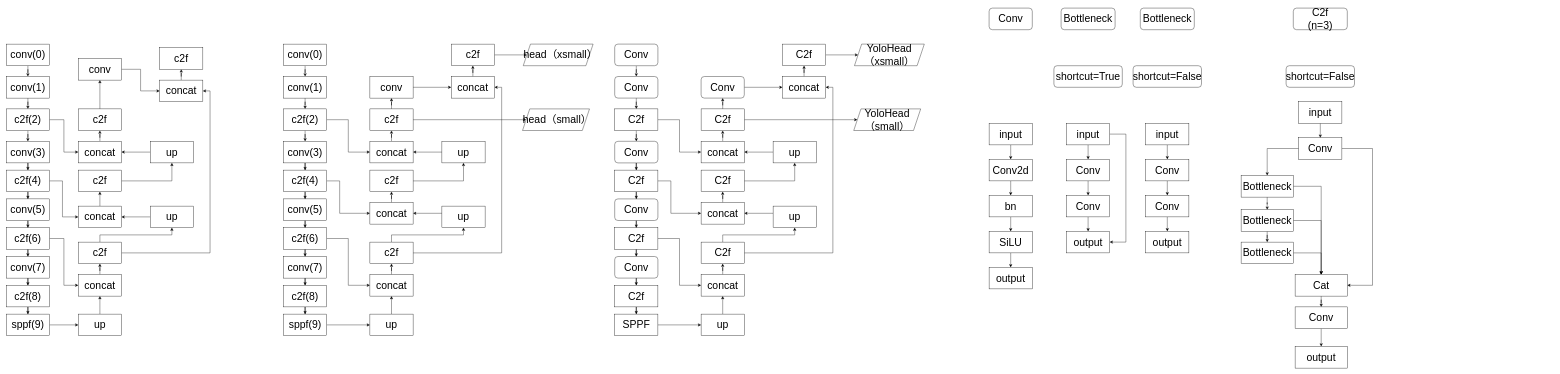
Before: yolo.drawio in funkallll/deeplearning, a draw.io diagram. Source tidied: cells renumbered, new cells numbered last; positions are measured from the earlier drawing's top-left corner, leaving out a move shared by most shapes. Both pictures are drawn from the tidied source at 36%, with x=0, y=0 at pixel (6, 8).
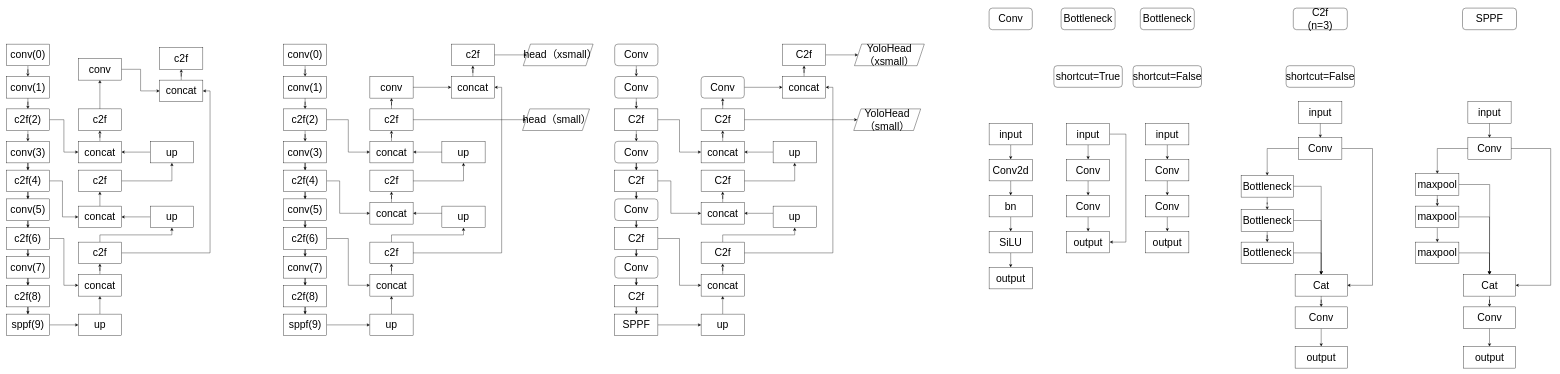
After the change.

Change to the diagram source:
```diff
@@
+    <mxCell id="200" value="SPPF" style="rounded=1;whiteSpace=wrap;html=1;fontSize=29;" parent="1" vertex="1">
+      <mxGeometry x="4045" width="150" height="60" as="geometry" />
+    </mxCell>
+    <mxCell id="201" style="edgeStyle=orthogonalEdgeStyle;rounded=0;jettySize=auto;html=1;" parent="1" edge="1" source="203" target="213">
+      <mxGeometry relative="1" as="geometry" />
+    </mxCell>
+    <mxCell id="202" style="edgeStyle=orthogonalEdgeStyle;rounded=0;jettySize=auto;html=1;entryX=1;entryY=0.5;entryDx=0;entryDy=0;" parent="1" edge="1" source="203" target="207">
+      <mxGeometry relative="1" as="geometry">
+        <Array as="points">
+          <mxPoint x="4290" y="390" />
+          <mxPoint x="4290" y="770" />
+        </Array>
+      </mxGeometry>
+    </mxCell>
+    <mxCell id="203" value="Conv" style="rounded=0;whiteSpace=wrap;html=1;fontSize=29;" parent="1" vertex="1">
+      <mxGeometry x="4060" y="360" width="120" height="60" as="geometry" />
+    </mxCell>
+    <mxCell id="204" style="edgeStyle=orthogonalEdgeStyle;rounded=0;jettySize=auto;html=1;entryX=0.5;entryY=0;entryDx=0;entryDy=0;" parent="1" edge="1" source="205" target="203">
+      <mxGeometry relative="1" as="geometry" />
+    </mxCell>
+    <mxCell id="205" value="input" style="rounded=0;whiteSpace=wrap;html=1;fontSize=29;" parent="1" vertex="1">
+      <mxGeometry x="4060" y="260" width="120" height="60" as="geometry" />
+    </mxCell>
+    <mxCell id="206" style="edgeStyle=orthogonalEdgeStyle;rounded=0;jettySize=auto;html=1;" parent="1" edge="1" source="207" target="209">
+      <mxGeometry relative="1" as="geometry" />
+    </mxCell>
+    <mxCell id="207" value="Cat" style="rounded=0;whiteSpace=wrap;html=1;fontSize=29;" parent="1" vertex="1">
+      <mxGeometry x="4047.5" y="740" width="145" height="60" as="geometry" />
+    </mxCell>
+    <mxCell id="208" style="edgeStyle=orthogonalEdgeStyle;rounded=0;jettySize=auto;html=1;" parent="1" edge="1" source="209" target="210">
+      <mxGeometry relative="1" as="geometry" />
+    </mxCell>
+    <mxCell id="209" value="Conv" style="rounded=0;whiteSpace=wrap;html=1;fontSize=29;" parent="1" vertex="1">
+      <mxGeometry x="4047.5" y="830" width="145" height="60" as="geometry" />
+    </mxCell>
+    <mxCell id="210" value="output" style="rounded=0;whiteSpace=wrap;html=1;fontSize=29;" parent="1" vertex="1">
+      <mxGeometry x="4047.5" y="940" width="145" height="60" as="geometry" />
+    </mxCell>
+    <mxCell id="211" style="edgeStyle=orthogonalEdgeStyle;rounded=0;jettySize=auto;html=1;" parent="1" edge="1" source="213" target="216">
+      <mxGeometry relative="1" as="geometry" />
+    </mxCell>
+    <mxCell id="212" style="edgeStyle=orthogonalEdgeStyle;rounded=0;jettySize=auto;html=1;" parent="1" edge="1" source="213">
+      <mxGeometry relative="1" as="geometry">
+        <mxPoint x="4120" y="740" as="targetPoint" />
+      </mxGeometry>
+    </mxCell>
+    <mxCell id="213" value="maxpool" style="rounded=0;whiteSpace=wrap;html=1;fontSize=29;" parent="1" vertex="1">
+      <mxGeometry x="3915" y="460" width="120" height="60" as="geometry" />
+    </mxCell>
+    <mxCell id="214" style="edgeStyle=orthogonalEdgeStyle;rounded=0;jettySize=auto;html=1;" parent="1" edge="1" source="216" target="218">
+      <mxGeometry relative="1" as="geometry" />
+    </mxCell>
+    <mxCell id="215" style="edgeStyle=orthogonalEdgeStyle;rounded=0;jettySize=auto;html=1;entryX=0.5;entryY=0;entryDx=0;entryDy=0;" parent="1" edge="1" source="216" target="207">
+      <mxGeometry relative="1" as="geometry" />
+    </mxCell>
+    <mxCell id="216" value="maxpool" style="rounded=0;whiteSpace=wrap;html=1;fontSize=29;" parent="1" vertex="1">
+      <mxGeometry x="3915" y="550" width="120" height="60" as="geometry" />
+    </mxCell>
+    <mxCell id="217" style="edgeStyle=orthogonalEdgeStyle;rounded=0;jettySize=auto;html=1;exitX=1;exitY=0.5;exitDx=0;exitDy=0;entryX=0.5;entryY=0;entryDx=0;entryDy=0;" parent="1" edge="1" source="218" target="207">
+      <mxGeometry relative="1" as="geometry" />
+    </mxCell>
+    <mxCell id="218" value="maxpool" style="rounded=0;whiteSpace=wrap;html=1;fontSize=29;" parent="1" vertex="1">
+      <mxGeometry x="3915" y="650" width="120" height="60" as="geometry" />
+    </mxCell>
```
